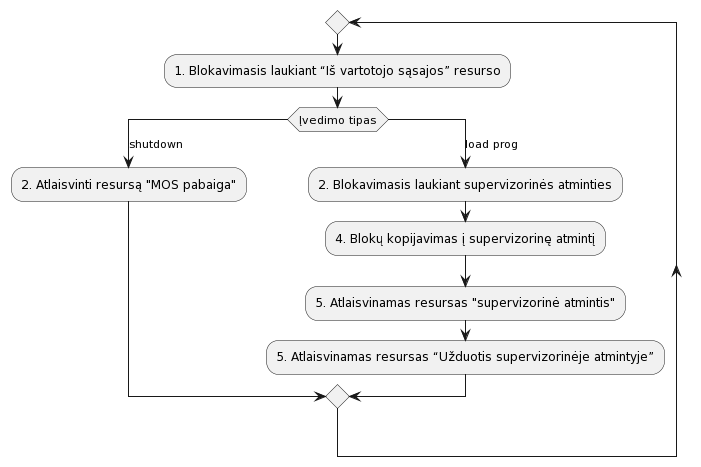
The PlantUML diagram aprasymas2/img/ReadFromInterface.png in Mdominykas/OS, before a commit.
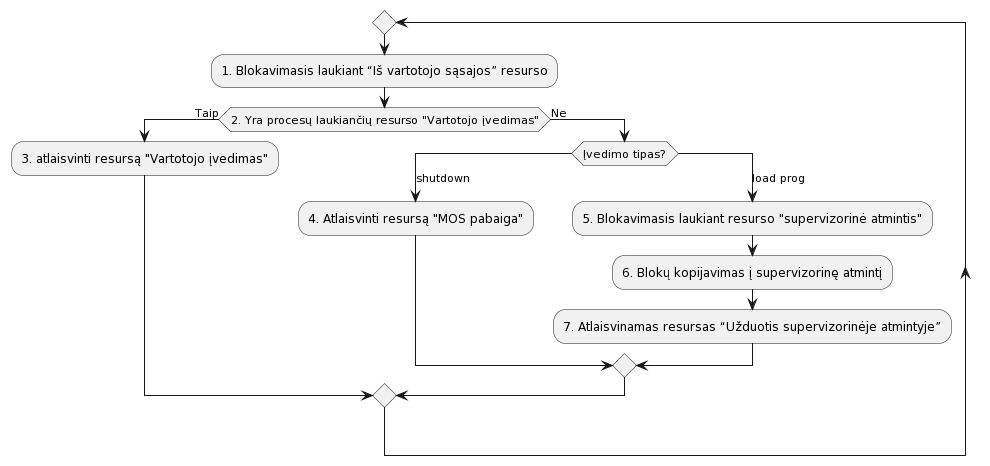
After the commit.

The edit, as a diff of the source:
```diff
@@ -1,13 +1,16 @@
 @startuml
 repeat
     :1. Blokavimasis laukiant “Iš vartotojo sąsajos” resurso;
-    switch (Įvedimo tipas)
+    if (2. Yra procesų laukiančių resurso "Vartotojo įvedimas") is (Taip) then
+     :3. atlaisvinti resursą "Vartotojo įvedimas";
+   else (Ne)
+    switch (Įvedimo tipas?)
     case (shutdown)
-      :2. Atlaisvinti resursą "MOS pabaiga";
+      :4. Atlaisvinti resursą "MOS pabaiga";
     case (load prog)
-      :2. Blokavimasis laukiant supervizorinės atminties;
-      :4. Blokų kopijavimas į supervizorinę atmintį;
-      :5. Atlaisvinamas resursas "supervizorinė atmintis";
-      :5. Atlaisvinamas resursas “Užduotis supervizorinėje atmintyje”;
+      :5. Blokavimasis laukiant resurso "supervizorinė atmintis";
+      :6. Blokų kopijavimas į supervizorinę atmintį;
+      :7. Atlaisvinamas resursas “Užduotis supervizorinėje atmintyje”;
     endswitch
+    endif
 @enduml
```
